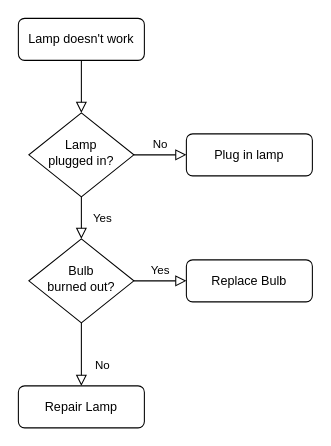
Above: Diagrama sem nome.drawio in JJViktOR/jjviktor (draw.io), before the change. Source tidied: cells renumbered, new cells numbered last; positions are measured from the earlier drawing's top-left corner, leaving out a move shared by most shapes. Both pictures are drawn from the tidied source at 105%, with x=0, y=0 at pixel (18, 18).
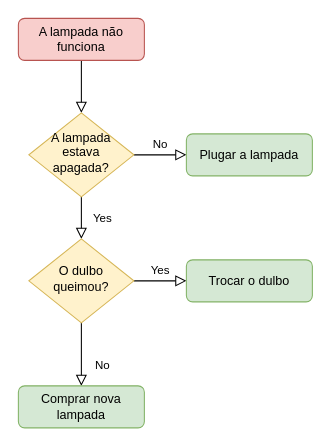
Above is the later version.

Diff of the diagram source:
```diff
@@
 <mxGraphModel>
   <root>
     <mxCell id="0" />
     <mxCell id="1" parent="0" />
     <mxCell id="2" style="rounded=0;html=1;jettySize=auto;fontSize=11;endArrow=block;endFill=0;endSize=8;strokeWidth=1;shadow=0;labelBackgroundColor=none;edgeStyle=orthogonalEdgeStyle;" parent="1" edge="1" source="3" target="6">
       <mxGeometry relative="1" as="geometry" />
     </mxCell>
-    <mxCell id="3" value="Lamp doesn't work" style="rounded=1;whiteSpace=wrap;html=1;fontSize=12;glass=0;strokeWidth=1;shadow=0;" parent="1" vertex="1">
+    <mxCell id="3" value="A lampada não funciona" style="rounded=1;whiteSpace=wrap;html=1;fontSize=12;glass=0;strokeWidth=1;shadow=0;fillColor=#f8cecc;strokeColor=#b85450;" parent="1" vertex="1">
       <mxGeometry width="120" height="40" as="geometry" />
     </mxCell>
     <mxCell id="4" value="Yes" style="rounded=0;html=1;jettySize=auto;fontSize=11;endArrow=block;endFill=0;endSize=8;strokeWidth=1;shadow=0;labelBackgroundColor=none;edgeStyle=orthogonalEdgeStyle;" parent="1" edge="1" source="6" target="10">
       <mxGeometry y="20" relative="1" as="geometry" />
     </mxCell>
     <mxCell id="5" value="No" style="edgeStyle=orthogonalEdgeStyle;rounded=0;html=1;jettySize=auto;fontSize=11;endArrow=block;endFill=0;endSize=8;strokeWidth=1;shadow=0;labelBackgroundColor=none;" parent="1" edge="1" source="6" target="7">
       <mxGeometry y="10" relative="1" as="geometry" />
     </mxCell>
-    <mxCell id="6" value="Lamp&lt;br&gt;plugged in?" style="rhombus;whiteSpace=wrap;html=1;shadow=0;fontFamily=Helvetica;fontSize=12;align=center;strokeWidth=1;spacing=6;spacingTop=-4;" parent="1" vertex="1">
+    <mxCell id="6" value="A lampada estava apagada?" style="rhombus;whiteSpace=wrap;html=1;shadow=0;fontFamily=Helvetica;fontSize=12;align=center;strokeWidth=1;spacing=6;spacingTop=-4;fillColor=#fff2cc;strokeColor=#d6b656;" parent="1" vertex="1">
       <mxGeometry x="10" y="90" width="100" height="80" as="geometry" />
     </mxCell>
-    <mxCell id="7" value="Plug in lamp" style="rounded=1;whiteSpace=wrap;html=1;fontSize=12;glass=0;strokeWidth=1;shadow=0;" parent="1" vertex="1">
+    <mxCell id="7" value="Plugar a lampada" style="rounded=1;whiteSpace=wrap;html=1;fontSize=12;glass=0;strokeWidth=1;shadow=0;fillColor=#d5e8d4;strokeColor=#82b366;" parent="1" vertex="1">
       <mxGeometry x="160" y="110" width="120" height="40" as="geometry" />
     </mxCell>
     <mxCell id="8" value="No" style="rounded=0;html=1;jettySize=auto;fontSize=11;endArrow=block;endFill=0;endSize=8;strokeWidth=1;shadow=0;labelBackgroundColor=none;edgeStyle=orthogonalEdgeStyle;" parent="1" edge="1" source="10" target="11">
       <mxGeometry x="0.33" y="20" relative="1" as="geometry" />
     </mxCell>
     <mxCell id="9" value="Yes" style="edgeStyle=orthogonalEdgeStyle;rounded=0;html=1;jettySize=auto;fontSize=11;endArrow=block;endFill=0;endSize=8;strokeWidth=1;shadow=0;labelBackgroundColor=none;" parent="1" edge="1" source="10" target="12">
       <mxGeometry y="10" relative="1" as="geometry" />
     </mxCell>
-    <mxCell id="10" value="Bulb&lt;br&gt;burned out?" style="rhombus;whiteSpace=wrap;html=1;shadow=0;fontFamily=Helvetica;fontSize=12;align=center;strokeWidth=1;spacing=6;spacingTop=-4;" parent="1" vertex="1">
+    <mxCell id="10" value="O dulbo queimou?" style="rhombus;whiteSpace=wrap;html=1;shadow=0;fontFamily=Helvetica;fontSize=12;align=center;strokeWidth=1;spacing=6;spacingTop=-4;fillColor=#fff2cc;strokeColor=#d6b656;" parent="1" vertex="1">
       <mxGeometry x="10" y="210" width="100" height="80" as="geometry" />
     </mxCell>
-    <mxCell id="11" value="Repair Lamp" style="rounded=1;whiteSpace=wrap;html=1;fontSize=12;glass=0;strokeWidth=1;shadow=0;" parent="1" vertex="1">
+    <mxCell id="11" value="Comprar nova lampada" style="rounded=1;whiteSpace=wrap;html=1;fontSize=12;glass=0;strokeWidth=1;shadow=0;fillColor=#d5e8d4;strokeColor=#82b366;" parent="1" vertex="1">
       <mxGeometry y="350" width="120" height="40" as="geometry" />
     </mxCell>
-    <mxCell id="12" value="Replace Bulb" style="rounded=1;whiteSpace=wrap;html=1;fontSize=12;glass=0;strokeWidth=1;shadow=0;" parent="1" vertex="1">
+    <mxCell id="12" value="Trocar o dulbo" style="rounded=1;whiteSpace=wrap;html=1;fontSize=12;glass=0;strokeWidth=1;shadow=0;fillColor=#d5e8d4;strokeColor=#82b366;" parent="1" vertex="1">
       <mxGeometry x="160" y="230" width="120" height="40" as="geometry" />
     </mxCell>
   </root>
 </mxGraphModel>
```
